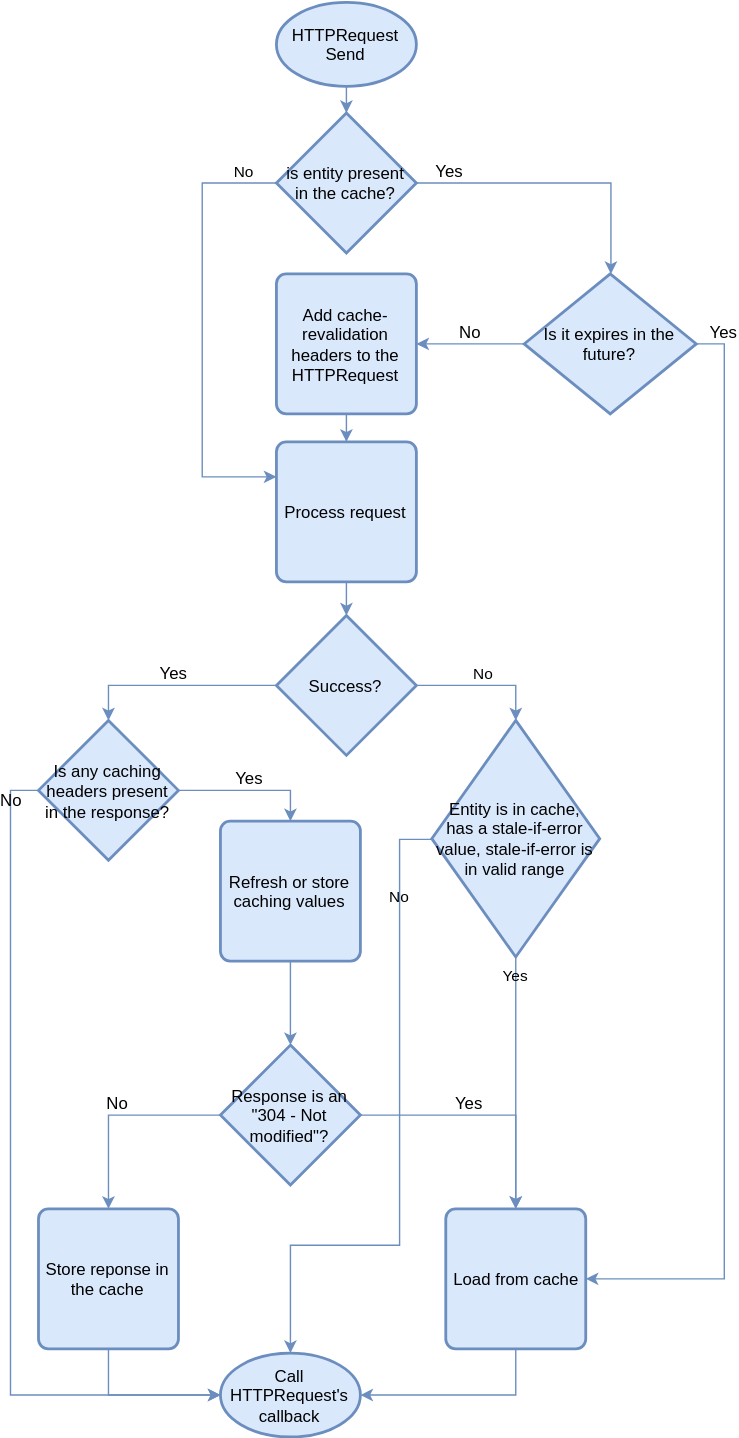
Above: docs/1. HTTP Request/Advanced Topics/media/CachingExplained.svg in Benedicht/BestHTTP-Documentation (draw.io), before the change. Source tidied: cells renumbered, new cells last; positions are measured from the earlier drawing's top-left corner, leaving out a move shared by most shapes.
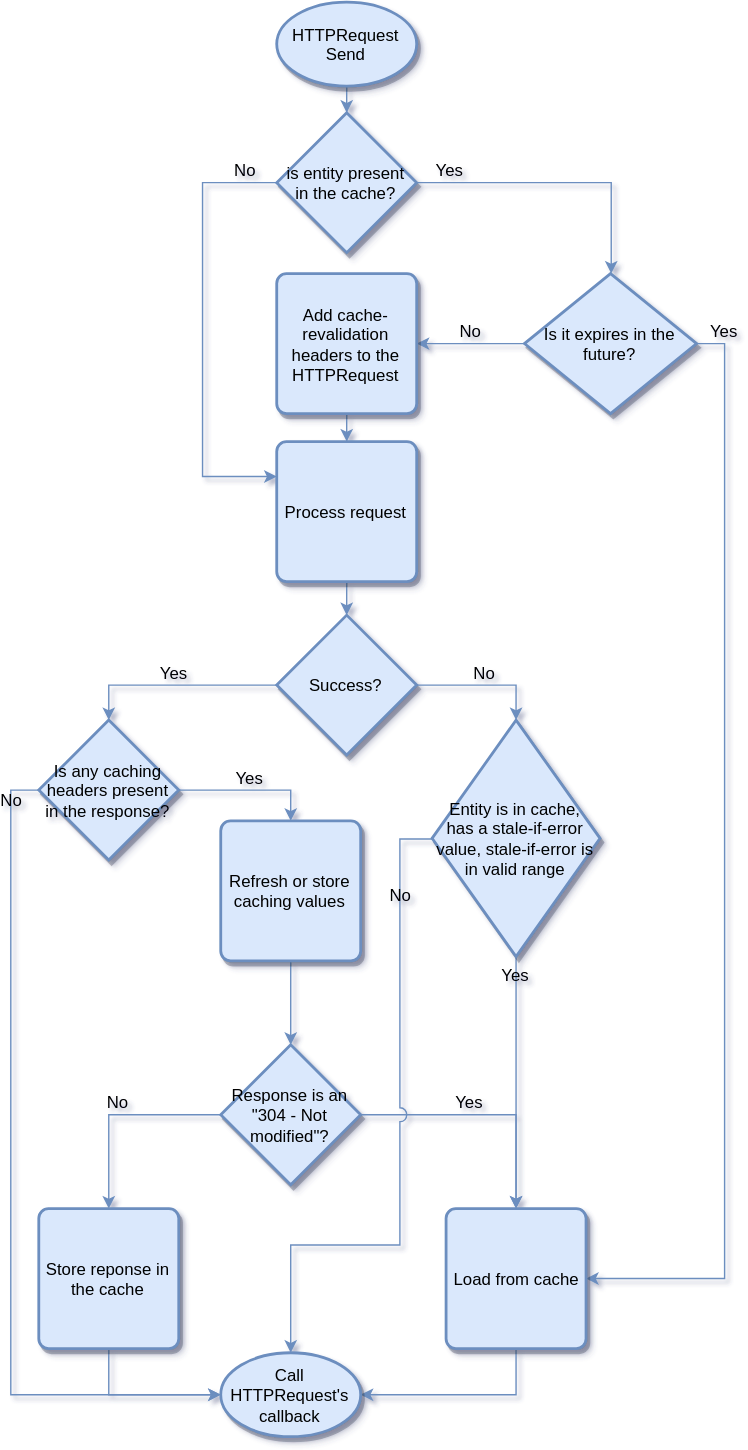
The same file after the commit.

Commit message:
Updated flow chart.

The edit, as a diff of the source:
```diff
@@ -1,17 +1,17 @@
-<mxGraphModel background="#ffffff">
+<mxGraphModel background="#ffffff" shadow="1">
   <root>
     <mxCell id="0" />
     <mxCell id="1" parent="0" />
     <mxCell id="2" style="edgeStyle=orthogonalEdgeStyle;rounded=0;jettySize=auto;entryX=0.5;entryY=0;entryDx=0;entryDy=0;entryPerimeter=0;fillColor=#dae8fc;strokeColor=#6c8ebf;fontSize=12;fontColor=#000000;labelBorderColor=none;html=1;shadow=0;labelBackgroundColor=none;" parent="1" edge="1" source="3" target="6">
       <mxGeometry relative="1" as="geometry" />
     </mxCell>
-    <mxCell id="3" value="HTTPRequest Send" style="strokeWidth=2;shape=mxgraph.flowchart.start_1;whiteSpace=wrap;fillColor=#dae8fc;strokeColor=#6c8ebf;fontSize=12;fontColor=#000000;labelBorderColor=none;html=1;shadow=0;labelBackgroundColor=none;" parent="1" vertex="1">
+    <mxCell id="3" value="HTTPRequest Send" style="strokeWidth=2;shape=mxgraph.flowchart.start_1;whiteSpace=wrap;fillColor=#dae8fc;strokeColor=#6c8ebf;fontSize=12;fontColor=#000000;labelBorderColor=none;html=1;shadow=1;labelBackgroundColor=none;" parent="1" vertex="1">
       <mxGeometry x="170" width="100" height="60" as="geometry" />
     </mxCell>
     <mxCell id="4" value="Yes" style="edgeStyle=orthogonalEdgeStyle;rounded=0;jettySize=auto;entryX=0.5;entryY=0;entryDx=0;entryDy=0;entryPerimeter=0;fillColor=#dae8fc;strokeColor=#6c8ebf;fontSize=12;fontColor=#000000;labelBorderColor=none;html=1;shadow=0;labelBackgroundColor=none;align=center;verticalAlign=bottom;" parent="1" edge="1" source="6" target="9">
       <mxGeometry x="-0.77" relative="1" as="geometry" />
     </mxCell>
-    <mxCell id="5" value="No" style="edgeStyle=orthogonalEdgeStyle;rounded=0;jettySize=auto;html=1;entryX=0;entryY=0.25;entryDx=0;entryDy=0;strokeColor=#6C8EBF;labelBackgroundColor=none;fontColor=#000000;verticalAlign=bottom;" parent="1" edge="1" source="6" target="15">
+    <mxCell id="5" value="No" style="edgeStyle=orthogonalEdgeStyle;rounded=0;jettySize=auto;html=1;entryX=0;entryY=0.25;entryDx=0;entryDy=0;strokeColor=#6C8EBF;labelBackgroundColor=none;fontColor=#000000;verticalAlign=bottom;fontSize=12;" parent="1" edge="1" source="6" target="15">
       <mxGeometry x="-0.85" relative="1" as="geometry">
         <Array as="points">
           <mxPoint x="117" y="129" />
@@ -19,7 +19,7 @@
         </Array>
       </mxGeometry>
     </mxCell>
-    <mxCell id="6" value="is entity present in the cache?" style="strokeWidth=2;shape=mxgraph.flowchart.decision;whiteSpace=wrap;fillColor=#dae8fc;strokeColor=#6c8ebf;fontSize=12;fontColor=#000000;labelBorderColor=none;html=1;shadow=0;labelBackgroundColor=none;" parent="1" vertex="1">
+    <mxCell id="6" value="is entity present in the cache?" style="strokeWidth=2;shape=mxgraph.flowchart.decision;whiteSpace=wrap;fillColor=#dae8fc;strokeColor=#6c8ebf;fontSize=12;fontColor=#000000;labelBorderColor=none;html=1;shadow=1;labelBackgroundColor=none;" parent="1" vertex="1">
       <mxGeometry x="170" y="79" width="100" height="100" as="geometry" />
     </mxCell>
     <mxCell id="7" value="No" style="edgeStyle=orthogonalEdgeStyle;rounded=0;jettySize=auto;entryX=1;entryY=0.5;entryDx=0;entryDy=0;fillColor=#dae8fc;strokeColor=#6c8ebf;fontSize=12;fontColor=#000000;labelBorderColor=none;html=1;shadow=0;labelBackgroundColor=none;verticalAlign=bottom;" parent="1" edge="1" source="9" target="22">
@@ -28,16 +28,16 @@
     <mxCell id="8" value="Yes" style="edgeStyle=orthogonalEdgeStyle;rounded=0;jettySize=auto;entryX=1;entryY=0.5;entryDx=0;entryDy=0;exitX=1;exitY=0.5;exitDx=0;exitDy=0;exitPerimeter=0;fillColor=#dae8fc;strokeColor=#6c8ebf;fontSize=12;fontColor=#000000;labelBorderColor=none;html=1;shadow=0;labelBackgroundColor=none;verticalAlign=bottom;" parent="1" edge="1" source="9" target="11">
       <mxGeometry x="-0.95" relative="1" as="geometry" />
     </mxCell>
-    <mxCell id="9" value="Is it expires in the future?" style="strokeWidth=2;shape=mxgraph.flowchart.decision;whiteSpace=wrap;shadow=0;fillColor=#dae8fc;strokeColor=#6c8ebf;fontSize=12;fontColor=#000000;labelBorderColor=none;html=1;labelBackgroundColor=none;align=center;verticalAlign=middle;" parent="1" vertex="1">
+    <mxCell id="9" value="Is it expires in the future?" style="strokeWidth=2;shape=mxgraph.flowchart.decision;whiteSpace=wrap;shadow=1;fillColor=#dae8fc;strokeColor=#6c8ebf;fontSize=12;fontColor=#000000;labelBorderColor=none;html=1;labelBackgroundColor=none;align=center;verticalAlign=middle;" parent="1" vertex="1">
       <mxGeometry x="347" y="194" width="123" height="100" as="geometry" />
     </mxCell>
     <mxCell id="10" style="edgeStyle=orthogonalEdgeStyle;rounded=0;jettySize=auto;entryX=1;entryY=0.5;entryDx=0;entryDy=0;entryPerimeter=0;fillColor=#dae8fc;strokeColor=#6c8ebf;fontSize=12;fontColor=#000000;labelBorderColor=none;html=1;shadow=0;labelBackgroundColor=none;exitX=0.5;exitY=1;exitDx=0;exitDy=0;" parent="1" edge="1" source="11" target="12">
       <mxGeometry relative="1" as="geometry" />
     </mxCell>
-    <mxCell id="11" value="Load from cache" style="rounded=1;whiteSpace=wrap;absoluteArcSize=1;arcSize=14;strokeWidth=2;fillColor=#dae8fc;strokeColor=#6c8ebf;fontSize=12;fontColor=#000000;labelBorderColor=none;html=1;shadow=0;labelBackgroundColor=none;" parent="1" vertex="1">
+    <mxCell id="11" value="Load from cache" style="rounded=1;whiteSpace=wrap;absoluteArcSize=1;arcSize=14;strokeWidth=2;fillColor=#dae8fc;strokeColor=#6c8ebf;fontSize=12;fontColor=#000000;labelBorderColor=none;html=1;shadow=1;labelBackgroundColor=none;" parent="1" vertex="1">
       <mxGeometry x="291" y="862" width="100" height="100" as="geometry" />
     </mxCell>
-    <mxCell id="12" value="Call HTTPRequest's callback" style="strokeWidth=2;shape=mxgraph.flowchart.start_1;whiteSpace=wrap;fillColor=#dae8fc;strokeColor=#6c8ebf;fontSize=12;fontColor=#000000;labelBorderColor=none;html=1;shadow=0;labelBackgroundColor=none;" parent="1" vertex="1">
+    <mxCell id="12" value="Call HTTPRequest's callback" style="strokeWidth=2;shape=mxgraph.flowchart.start_1;whiteSpace=wrap;fillColor=#dae8fc;strokeColor=#6c8ebf;fontSize=12;fontColor=#000000;labelBorderColor=none;html=1;shadow=1;labelBackgroundColor=none;" parent="1" vertex="1">
       <mxGeometry x="130" y="965" width="100" height="60" as="geometry" />
     </mxCell>
     <mxCell id="13" value="Yes" style="edgeStyle=orthogonalEdgeStyle;rounded=0;jettySize=auto;entryX=0.5;entryY=0;entryDx=0;entryDy=0;entryPerimeter=0;fillColor=#dae8fc;strokeColor=#6c8ebf;fontSize=12;fontColor=#000000;labelBorderColor=none;html=1;shadow=0;labelBackgroundColor=none;exitX=0;exitY=0.5;exitDx=0;exitDy=0;exitPerimeter=0;verticalAlign=bottom;" parent="1" edge="1" source="29" target="18">
@@ -46,7 +46,7 @@
     <mxCell id="14" style="edgeStyle=orthogonalEdgeStyle;rounded=0;jettySize=auto;html=1;labelBackgroundColor=none;strokeColor=#6C8EBF;fontColor=#000000;" parent="1" edge="1" source="15" target="29">
       <mxGeometry relative="1" as="geometry" />
     </mxCell>
-    <mxCell id="15" value="Process request" style="rounded=1;whiteSpace=wrap;absoluteArcSize=1;arcSize=14;strokeWidth=2;fillColor=#dae8fc;strokeColor=#6c8ebf;fontSize=12;fontColor=#000000;labelBorderColor=none;html=1;shadow=0;labelBackgroundColor=none;" parent="1" vertex="1">
+    <mxCell id="15" value="Process request" style="rounded=1;whiteSpace=wrap;absoluteArcSize=1;arcSize=14;strokeWidth=2;fillColor=#dae8fc;strokeColor=#6c8ebf;fontSize=12;fontColor=#000000;labelBorderColor=none;html=1;shadow=1;labelBackgroundColor=none;" parent="1" vertex="1">
       <mxGeometry x="170" y="314" width="100" height="100" as="geometry" />
     </mxCell>
     <mxCell id="16" value="Yes" style="edgeStyle=orthogonalEdgeStyle;rounded=0;jettySize=auto;entryX=0.5;entryY=0;entryDx=0;entryDy=0;fillColor=#dae8fc;strokeColor=#6c8ebf;fontSize=12;fontColor=#000000;labelBorderColor=none;html=1;shadow=0;labelBackgroundColor=none;verticalAlign=bottom;" parent="1" edge="1" source="18" target="27">
@@ -55,46 +55,46 @@
     <mxCell id="17" value="No" style="edgeStyle=orthogonalEdgeStyle;rounded=0;jettySize=auto;entryX=0;entryY=0.5;entryDx=0;entryDy=0;entryPerimeter=0;exitX=0;exitY=0.5;exitDx=0;exitDy=0;exitPerimeter=0;fillColor=#dae8fc;strokeColor=#6c8ebf;fontSize=12;fontColor=#000000;labelBorderColor=none;html=1;shadow=0;labelBackgroundColor=none;horizontal=1;verticalAlign=bottom;" parent="1" edge="1" source="18" target="12">
       <mxGeometry x="-0.88" relative="1" as="geometry" />
     </mxCell>
-    <mxCell id="18" value="Is any caching headers present in the response?" style="strokeWidth=2;shape=mxgraph.flowchart.decision;whiteSpace=wrap;fillColor=#dae8fc;strokeColor=#6c8ebf;fontSize=12;fontColor=#000000;labelBorderColor=none;html=1;shadow=0;labelBackgroundColor=none;" parent="1" vertex="1">
+    <mxCell id="18" value="Is any caching headers present in the response?" style="strokeWidth=2;shape=mxgraph.flowchart.decision;whiteSpace=wrap;fillColor=#dae8fc;strokeColor=#6c8ebf;fontSize=12;fontColor=#000000;labelBorderColor=none;html=1;shadow=1;labelBackgroundColor=none;" parent="1" vertex="1">
       <mxGeometry y="513" width="100" height="100" as="geometry" />
     </mxCell>
     <mxCell id="19" style="edgeStyle=orthogonalEdgeStyle;rounded=0;jettySize=auto;entryX=0;entryY=0.5;entryDx=0;entryDy=0;entryPerimeter=0;exitX=0.5;exitY=1;exitDx=0;exitDy=0;fillColor=#dae8fc;strokeColor=#6c8ebf;fontSize=12;fontColor=#000000;labelBorderColor=none;html=1;shadow=0;labelBackgroundColor=none;" parent="1" edge="1" source="20" target="12">
       <mxGeometry relative="1" as="geometry" />
     </mxCell>
-    <mxCell id="20" value="Store reponse in the cache" style="rounded=1;whiteSpace=wrap;absoluteArcSize=1;arcSize=14;strokeWidth=2;fillColor=#dae8fc;strokeColor=#6c8ebf;fontSize=12;fontColor=#000000;labelBorderColor=none;html=1;shadow=0;labelBackgroundColor=none;" parent="1" vertex="1">
+    <mxCell id="20" value="Store reponse in the cache" style="rounded=1;whiteSpace=wrap;absoluteArcSize=1;arcSize=14;strokeWidth=2;fillColor=#dae8fc;strokeColor=#6c8ebf;fontSize=12;fontColor=#000000;labelBorderColor=none;html=1;shadow=1;labelBackgroundColor=none;" parent="1" vertex="1">
       <mxGeometry y="862" width="100" height="100" as="geometry" />
     </mxCell>
     <mxCell id="21" style="edgeStyle=orthogonalEdgeStyle;rounded=0;jettySize=auto;entryX=0.5;entryY=0;entryDx=0;entryDy=0;fillColor=#dae8fc;strokeColor=#6c8ebf;fontSize=12;fontColor=#000000;labelBorderColor=none;html=1;shadow=0;labelBackgroundColor=none;" parent="1" edge="1" source="22" target="15">
       <mxGeometry relative="1" as="geometry" />
     </mxCell>
-    <mxCell id="22" value="Add cache-revalidation headers to the HTTPRequest" style="rounded=1;whiteSpace=wrap;absoluteArcSize=1;arcSize=14;strokeWidth=2;fillColor=#dae8fc;strokeColor=#6c8ebf;fontSize=12;fontColor=#000000;labelBorderColor=none;html=1;shadow=0;labelBackgroundColor=none;" parent="1" vertex="1">
+    <mxCell id="22" value="Add cache-revalidation headers to the HTTPRequest" style="rounded=1;whiteSpace=wrap;absoluteArcSize=1;arcSize=14;strokeWidth=2;fillColor=#dae8fc;strokeColor=#6c8ebf;fontSize=12;fontColor=#000000;labelBorderColor=none;html=1;shadow=1;labelBackgroundColor=none;" parent="1" vertex="1">
       <mxGeometry x="170" y="194" width="100" height="100" as="geometry" />
     </mxCell>
-    <mxCell id="23" value="Yes" style="edgeStyle=orthogonalEdgeStyle;rounded=0;jettySize=auto;entryX=0.5;entryY=0;entryDx=0;entryDy=0;fillColor=#dae8fc;strokeColor=#6c8ebf;fontSize=12;fontColor=#000000;labelBorderColor=none;html=1;shadow=0;labelBackgroundColor=none;verticalAlign=bottom;" parent="1" edge="1" source="25" target="11">
+    <mxCell id="23" value="Yes" style="edgeStyle=orthogonalEdgeStyle;rounded=0;jettySize=auto;entryX=0.5;entryY=0;entryDx=0;entryDy=0;fillColor=#dae8fc;strokeColor=#6c8ebf;fontSize=12;fontColor=#000000;labelBorderColor=none;html=1;shadow=0;labelBackgroundColor=none;verticalAlign=bottom;jumpStyle=none;" parent="1" edge="1" source="25" target="11">
       <mxGeometry x="-0.12" relative="1" as="geometry" />
     </mxCell>
     <mxCell id="24" value="No" style="edgeStyle=orthogonalEdgeStyle;rounded=0;jettySize=auto;entryX=0.5;entryY=0;entryDx=0;entryDy=0;exitX=0;exitY=0.5;exitDx=0;exitDy=0;exitPerimeter=0;fillColor=#dae8fc;strokeColor=#6c8ebf;fontSize=12;fontColor=#000000;labelBorderColor=none;html=1;shadow=0;labelBackgroundColor=none;verticalAlign=bottom;" parent="1" edge="1" source="25" target="20">
       <mxGeometry relative="1" as="geometry" />
     </mxCell>
-    <mxCell id="25" value="Response is an &quot;304 - Not modified&quot;?" style="strokeWidth=2;shape=mxgraph.flowchart.decision;whiteSpace=wrap;align=center;verticalAlign=middle;fillColor=#dae8fc;strokeColor=#6c8ebf;fontSize=12;fontColor=#000000;labelBorderColor=none;html=1;shadow=0;labelBackgroundColor=none;" parent="1" vertex="1">
+    <mxCell id="25" value="Response is an &quot;304 - Not modified&quot;?" style="strokeWidth=2;shape=mxgraph.flowchart.decision;whiteSpace=wrap;align=center;verticalAlign=middle;fillColor=#dae8fc;strokeColor=#6c8ebf;fontSize=12;fontColor=#000000;labelBorderColor=none;html=1;shadow=1;labelBackgroundColor=none;" parent="1" vertex="1">
       <mxGeometry x="130" y="745" width="100" height="100" as="geometry" />
     </mxCell>
     <mxCell id="26" style="edgeStyle=orthogonalEdgeStyle;rounded=0;jettySize=auto;entryX=0.5;entryY=0;entryDx=0;entryDy=0;entryPerimeter=0;fillColor=#dae8fc;strokeColor=#6c8ebf;fontSize=12;fontColor=#000000;labelBorderColor=none;html=1;shadow=0;labelBackgroundColor=none;" parent="1" edge="1" source="27" target="25">
       <mxGeometry relative="1" as="geometry" />
     </mxCell>
-    <mxCell id="27" value="Refresh or store caching values" style="rounded=1;whiteSpace=wrap;absoluteArcSize=1;arcSize=14;strokeWidth=2;shadow=0;fillColor=#dae8fc;strokeColor=#6c8ebf;fontSize=12;fontColor=#000000;labelBorderColor=none;html=1;labelBackgroundColor=none;" parent="1" vertex="1">
+    <mxCell id="27" value="Refresh or store caching values" style="rounded=1;whiteSpace=wrap;absoluteArcSize=1;arcSize=14;strokeWidth=2;shadow=1;fillColor=#dae8fc;strokeColor=#6c8ebf;fontSize=12;fontColor=#000000;labelBorderColor=none;html=1;labelBackgroundColor=none;" parent="1" vertex="1">
       <mxGeometry x="130" y="585" width="100" height="100" as="geometry" />
     </mxCell>
-    <mxCell id="28" value="No" style="edgeStyle=orthogonalEdgeStyle;rounded=0;jettySize=auto;html=1;entryX=0.5;entryY=0;entryDx=0;entryDy=0;entryPerimeter=0;labelBackgroundColor=none;strokeColor=#6C8EBF;fontColor=#000000;verticalAlign=bottom;" parent="1" edge="1" source="29" target="32">
+    <mxCell id="28" value="No" style="edgeStyle=orthogonalEdgeStyle;rounded=0;jettySize=auto;html=1;entryX=0.5;entryY=0;entryDx=0;entryDy=0;entryPerimeter=0;labelBackgroundColor=none;strokeColor=#6C8EBF;fontColor=#000000;verticalAlign=bottom;fontSize=12;" parent="1" edge="1" source="29" target="32">
       <mxGeometry relative="1" as="geometry" />
     </mxCell>
-    <mxCell id="29" value="Success?" style="strokeWidth=2;html=1;shape=mxgraph.flowchart.decision;whiteSpace=wrap;fontColor=#000000;rounded=1;shadow=0;strokeColor=#6c8ebf;fillColor=#dae8fc;labelBackgroundColor=none;labelBorderColor=none;arcSize=14;" parent="1" vertex="1">
+    <mxCell id="29" value="Success?" style="strokeWidth=2;html=1;shape=mxgraph.flowchart.decision;whiteSpace=wrap;fontColor=#000000;rounded=1;shadow=1;strokeColor=#6c8ebf;fillColor=#dae8fc;labelBackgroundColor=none;labelBorderColor=none;arcSize=14;" parent="1" vertex="1">
       <mxGeometry x="170" y="438" width="100" height="100" as="geometry" />
     </mxCell>
-    <mxCell id="30" value="Yes" style="edgeStyle=orthogonalEdgeStyle;rounded=0;jettySize=auto;html=1;exitX=0.5;exitY=1;exitDx=0;exitDy=0;exitPerimeter=0;entryX=0.5;entryY=0;entryDx=0;entryDy=0;labelBackgroundColor=none;strokeColor=#6C8EBF;fontColor=#000000;verticalAlign=bottom;" parent="1" edge="1" source="32" target="11">
+    <mxCell id="30" value="Yes" style="edgeStyle=orthogonalEdgeStyle;rounded=0;jettySize=auto;html=1;exitX=0.5;exitY=1;exitDx=0;exitDy=0;exitPerimeter=0;entryX=0.5;entryY=0;entryDx=0;entryDy=0;labelBackgroundColor=none;strokeColor=#6C8EBF;fontColor=#000000;verticalAlign=bottom;fontSize=12;" parent="1" edge="1" source="32" target="11">
       <mxGeometry x="-0.75" relative="1" as="geometry" />
     </mxCell>
-    <mxCell id="31" value="No" style="edgeStyle=orthogonalEdgeStyle;rounded=0;jettySize=auto;html=1;entryX=0.5;entryY=0;entryDx=0;entryDy=0;entryPerimeter=0;labelBackgroundColor=none;strokeColor=#6C8EBF;fontColor=#000000;exitX=0;exitY=0.5;exitDx=0;exitDy=0;exitPerimeter=0;verticalAlign=bottom;" parent="1" edge="1" source="32" target="12">
+    <mxCell id="31" value="No" style="edgeStyle=orthogonalEdgeStyle;rounded=0;jettySize=auto;html=1;entryX=0.5;entryY=0;entryDx=0;entryDy=0;entryPerimeter=0;labelBackgroundColor=none;strokeColor=#6C8EBF;fontColor=#000000;exitX=0;exitY=0.5;exitDx=0;exitDy=0;exitPerimeter=0;verticalAlign=bottom;jumpStyle=arc;shadow=0;comic=0;jumpSize=10;fontSize=12;" parent="1" edge="1" source="32" target="12">
       <mxGeometry x="-0.69" relative="1" as="geometry">
         <Array as="points">
           <mxPoint x="258" y="598" />
@@ -103,7 +103,7 @@
         </Array>
       </mxGeometry>
     </mxCell>
-    <mxCell id="32" value="Entity is in cache, has a stale-if-error value,&amp;nbsp;stale-if-error is in valid range" style="strokeWidth=2;html=1;shape=mxgraph.flowchart.decision;whiteSpace=wrap;rounded=1;shadow=0;fillColor=#dae8fc;fontColor=#000000;strokeColor=#6c8ebf;labelBackgroundColor=none;labelBorderColor=none;arcSize=14;" parent="1" vertex="1">
+    <mxCell id="32" value="Entity is in cache, has a stale-if-error value,&amp;nbsp;stale-if-error is in valid range" style="strokeWidth=2;html=1;shape=mxgraph.flowchart.decision;whiteSpace=wrap;rounded=1;shadow=1;fillColor=#dae8fc;fontColor=#000000;strokeColor=#6c8ebf;labelBackgroundColor=none;labelBorderColor=none;arcSize=14;" parent="1" vertex="1">
       <mxGeometry x="281" y="513" width="120" height="169" as="geometry" />
     </mxCell>
   </root>
```
